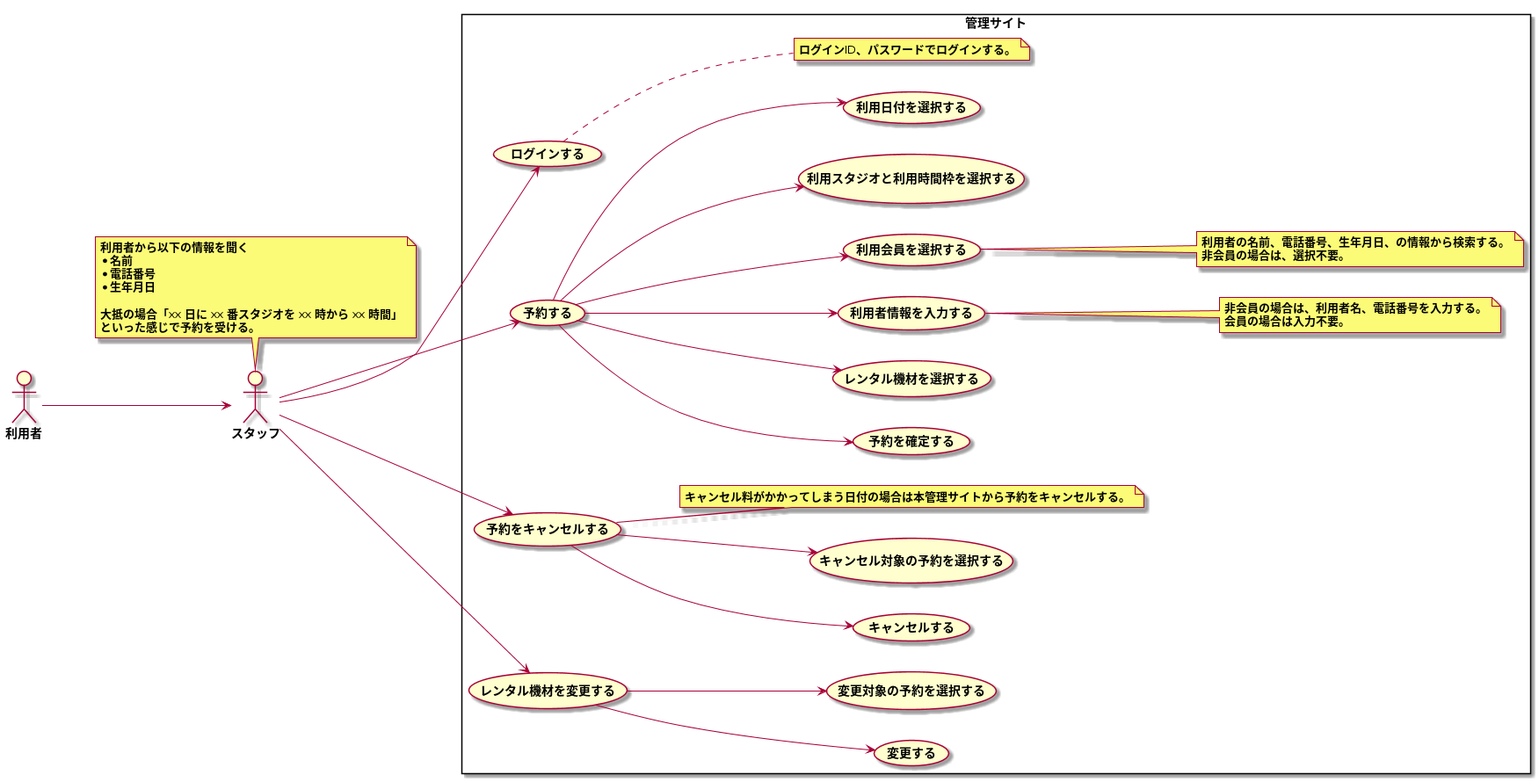
TakashiOnawa/ddd-practice-studio-reservation keeps this PlantUML diagram as modeling/05_Usecase_電話予約/Usecase.png. Above is the earlier version.
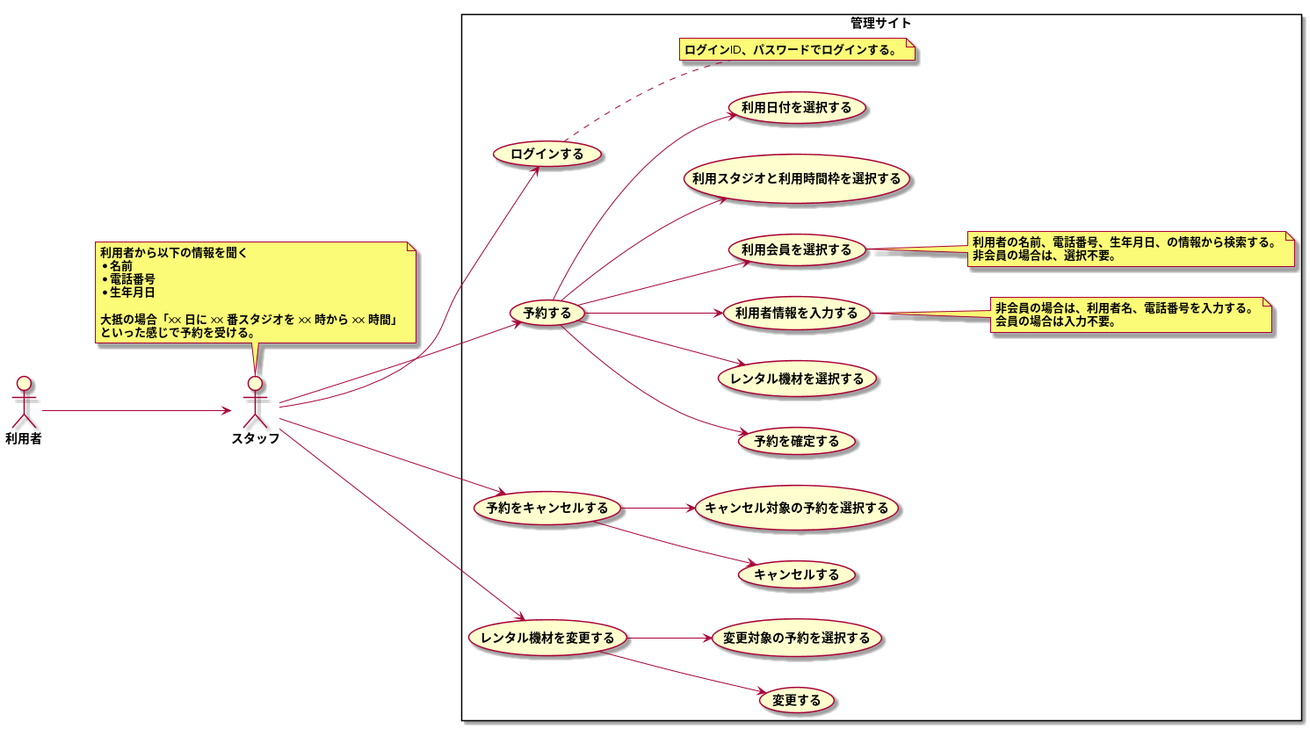
Later version of the same file.

What changed in the source:
```diff
@@ -45,10 +45,6 @@
     (予約をキャンセルする) --> (キャンセルする)
     (予約をキャンセルする) --> (キャンセル対象の予約を選択する)
 
-    note right of (予約をキャンセルする)
-    キャンセル料がかかってしまう日付の場合は本管理サイトから予約をキャンセルする。
-    end note
-
     スタッフ --> (レンタル機材を変更する)
     (レンタル機材を変更する) --> (変更する)
     (レンタル機材を変更する) --> (変更対象の予約を選択する)
```
